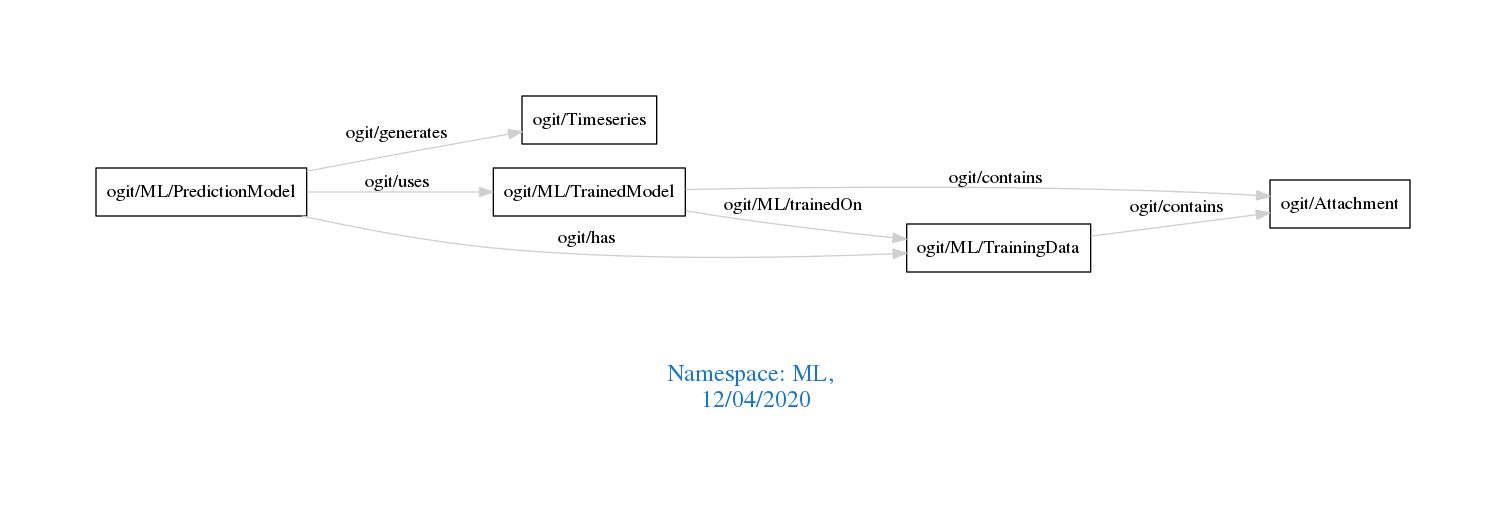
arago/OGIT keeps this Graphviz diagram as downloads/ML.png. Above is the earlier version. Its source is kept beside it as downloads/ML.dot.
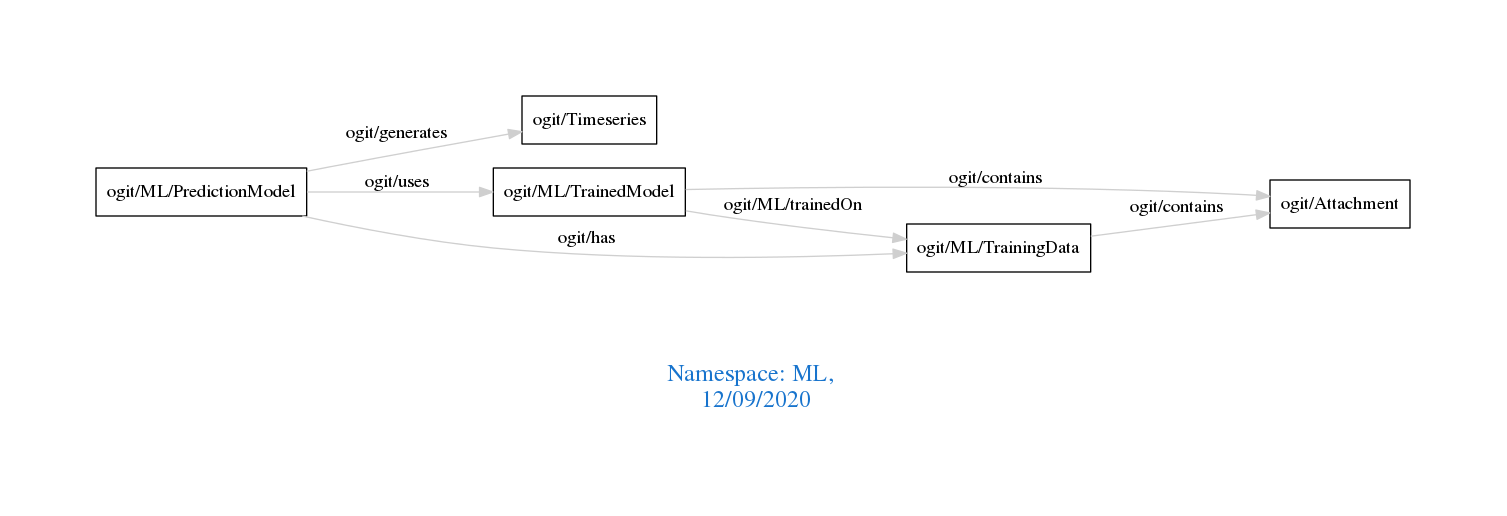
Above is the later version.

The edit, as a diff of the source:
```diff
@@ -1,7 +1,7 @@
 digraph OGIT_ontology {
  graph [ rankdir= LR,pad=1
 fontsize = 18,
-fontcolor= dodgerblue3,label = "\n\n\nNamespace: ML, \n 12/04/2020"];
+fontcolor= dodgerblue3,label = "\n\n\nNamespace: ML, \n 12/09/2020"];
 node[shape=polygon];
 edge [  color="gray81"];
 
```
